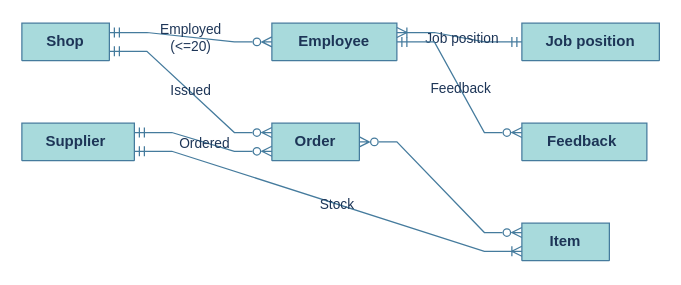
Che10vec/temp keeps this draw.io diagram as Диаграмма без названия.drawio. Above is the earlier version. Source tidied: cells renumbered, new cells numbered last; positions are measured from the earlier drawing's top-left corner, leaving out a move shared by most shapes. Both pictures are drawn from the tidied source at 125%, with x=0, y=0 at pixel (21, 22).
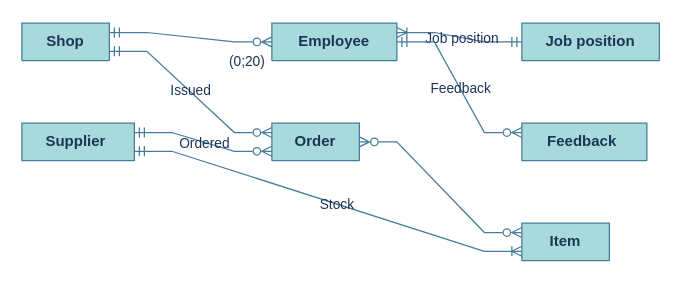
The same page after the edit.

The change refers to these unchanged cells:
```xml
<mxCell id="8" style="edgeStyle=entityRelationEdgeStyle;fontSize=12;html=1;endArrow=ERzeroToMany;startArrow=ERmandOne;rounded=0;labelBackgroundColor=none;strokeColor=#457B9D;fontColor=default;exitX=1;exitY=0.25;exitDx=0;exitDy=0;endFill=0;" parent="1" edge="1" source="2" target="3">
  <mxGeometry relative="1" as="geometry" />
</mxCell>
```

What changed in the source:
```diff
@@
-    <mxCell id="9" value="Employed&lt;br&gt;(&amp;lt;=20)" style="edgeLabel;html=1;align=center;verticalAlign=middle;labelBackgroundColor=none;fontColor=#1D3557;rounded=0;" parent="8" vertex="1">
-      <mxGeometry relative="1" as="geometry" />
+    <mxCell id="9" value="(0;20)" style="edgeLabel;html=1;align=center;verticalAlign=middle;labelBackgroundColor=none;fontColor=#1D3557;rounded=0;" parent="8" vertex="1">
+      <mxGeometry relative="1" as="geometry">
+        <mxPoint x="45" y="19" as="offset" />
+      </mxGeometry>
     </mxCell>
```
